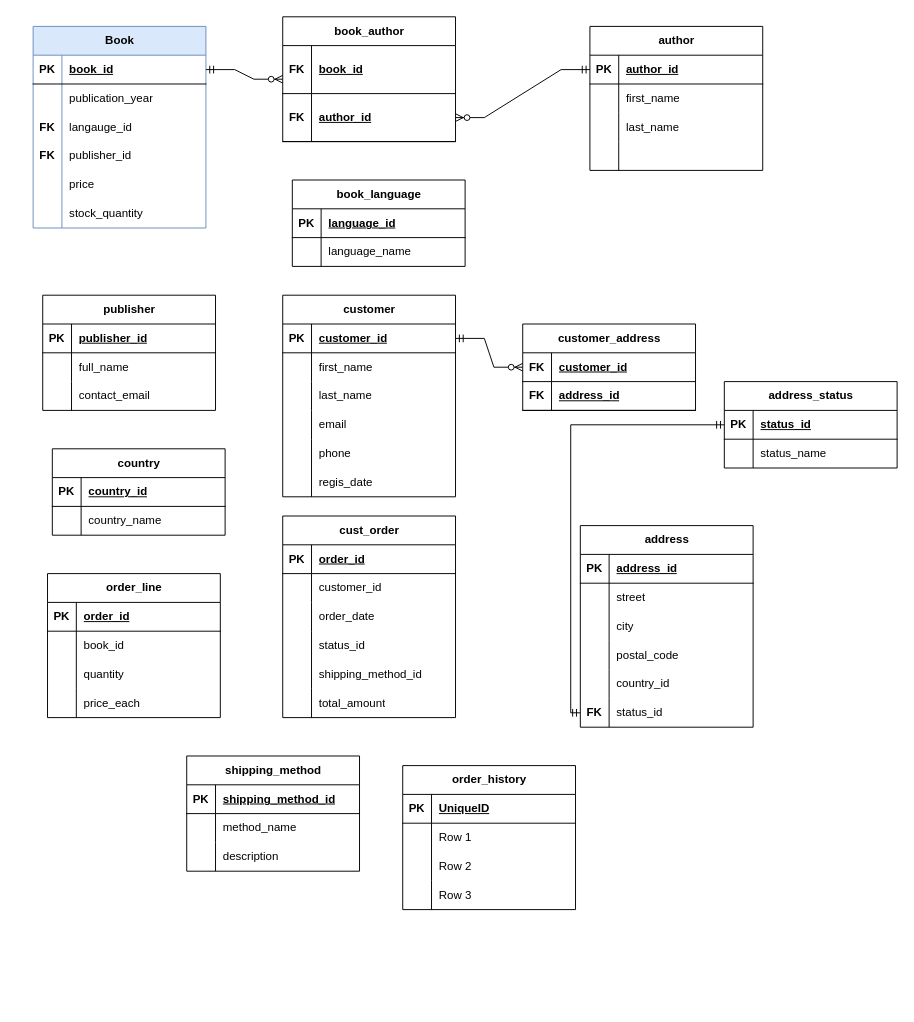
Earlier version of the draw.io diagram dbms.drawio (sumshy/ctrl_alt-elite). Source tidied: cells renumbered, new cells numbered last; positions are measured from the earlier drawing's top-left corner, leaving out a move shared by most shapes. Both pictures are drawn from the tidied source at 96%, with x=0, y=0 at pixel (33, 16).
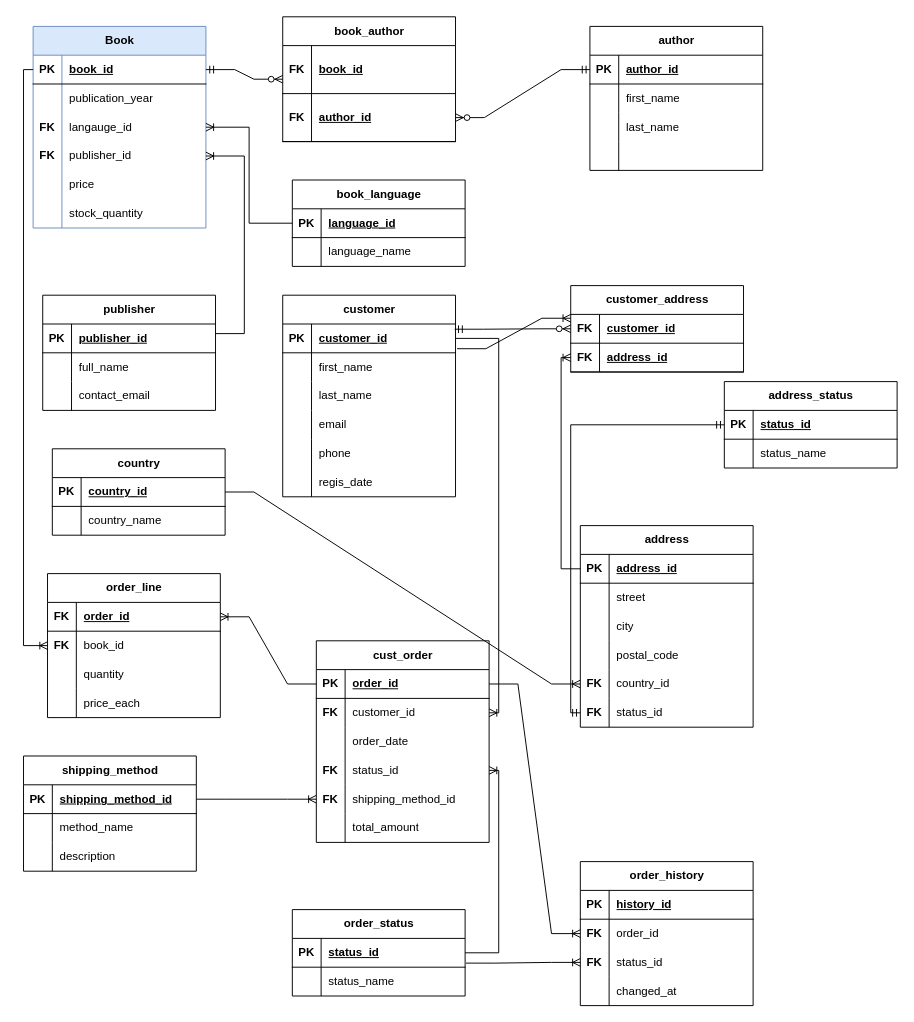
The same diagram, later.

Unchanged cells that the change refers to:
```xml
<mxCell id="3" style="shape=tableRow;horizontal=0;startSize=0;swimlaneHead=0;swimlaneBody=0;fillColor=none;points=[[0,0.5],[1,0.5]];portConstraint=eastwest;top=0;left=0;right=0;bottom=1;" parent="2" vertex="1">
  <mxGeometry y="30" width="180" height="30" as="geometry" />
</mxCell>
<mxCell id="9" style="shape=tableRow;horizontal=0;startSize=0;swimlaneHead=0;swimlaneBody=0;fillColor=none;points=[[0,0.5],[1,0.5]];portConstraint=eastwest;top=0;left=0;right=0;bottom=0;" parent="2" vertex="1">
  <mxGeometry y="90" width="180" height="30" as="geometry" />
</mxCell>
<mxCell id="12" style="shape=tableRow;horizontal=0;startSize=0;swimlaneHead=0;swimlaneBody=0;fillColor=none;points=[[0,0.5],[1,0.5]];portConstraint=eastwest;top=0;left=0;right=0;bottom=0;" parent="2" vertex="1">
  <mxGeometry y="120" width="180" height="30" as="geometry" />
</mxCell>
<mxCell id="22" style="shape=tableRow;horizontal=0;startSize=0;swimlaneHead=0;swimlaneBody=0;fillColor=none;points=[[0,0.5],[1,0.5]];portConstraint=eastwest;top=0;left=0;right=0;bottom=1;" parent="21" vertex="1">
  <mxGeometry y="30" width="180" height="30" as="geometry" />
</mxCell>
<mxCell id="59" style="shape=tableRow;horizontal=0;startSize=0;swimlaneHead=0;swimlaneBody=0;fillColor=none;points=[[0,0.5],[1,0.5]];portConstraint=eastwest;top=0;left=0;right=0;bottom=1;" parent="58" vertex="1">
  <mxGeometry y="30" width="180" height="30" as="geometry" />
</mxCell>
<mxCell id="78" style="shape=tableRow;horizontal=0;startSize=0;swimlaneHead=0;swimlaneBody=0;fillColor=none;points=[[0,0.5],[1,0.5]];portConstraint=eastwest;top=0;left=0;right=0;bottom=1;" parent="77" vertex="1">
  <mxGeometry y="30" width="180" height="30" as="geometry" />
</mxCell>
<mxCell id="81" style="shape=tableRow;horizontal=0;startSize=0;swimlaneHead=0;swimlaneBody=0;fillColor=none;points=[[0,0.5],[1,0.5]];portConstraint=eastwest;top=0;left=0;right=0;bottom=1;" parent="77" vertex="1">
  <mxGeometry y="60" width="180" height="30" as="geometry" />
</mxCell>
<mxCell id="92" style="shape=tableRow;horizontal=0;startSize=0;swimlaneHead=0;swimlaneBody=0;fillColor=none;points=[[0,0.5],[1,0.5]];portConstraint=eastwest;top=0;left=0;right=0;bottom=1;" parent="91" vertex="1">
  <mxGeometry y="30" width="180" height="30" as="geometry" />
</mxCell>
<mxCell id="101" style="shape=tableRow;horizontal=0;startSize=0;swimlaneHead=0;swimlaneBody=0;fillColor=none;top=0;left=0;right=0;bottom=0;" parent="91" vertex="1">
  <mxGeometry y="120" width="180" height="30" as="geometry" />
</mxCell>
<mxCell id="104" style="shape=tableRow;horizontal=0;startSize=0;swimlaneHead=0;swimlaneBody=0;fillColor=none;points=[[0,0.5],[1,0.5]];portConstraint=eastwest;top=0;left=0;right=0;bottom=0;" parent="91" vertex="1">
  <mxGeometry y="150" width="180" height="30" as="geometry" />
</mxCell>
<mxCell id="111" style="shape=tableRow;horizontal=0;startSize=0;swimlaneHead=0;swimlaneBody=0;fillColor=none;points=[[0,0.5],[1,0.5]];portConstraint=eastwest;top=0;left=0;right=0;bottom=1;" parent="110" vertex="1">
  <mxGeometry y="30" width="180" height="30" as="geometry" />
</mxCell>
<mxCell id="118" style="shape=tableRow;horizontal=0;startSize=0;swimlaneHead=0;swimlaneBody=0;fillColor=none;points=[[0,0.5],[1,0.5]];portConstraint=eastwest;top=0;left=0;right=0;bottom=1;" parent="117" vertex="1">
  <mxGeometry y="30" width="180" height="30" as="geometry" />
</mxCell>
<mxCell id="121" style="shape=tableRow;horizontal=0;startSize=0;swimlaneHead=0;swimlaneBody=0;fillColor=none;points=[[0,0.5],[1,0.5]];portConstraint=eastwest;top=0;left=0;right=0;bottom=0;" parent="117" vertex="1">
  <mxGeometry y="60" width="180" height="30" as="geometry" />
</mxCell>
<mxCell id="127" style="shape=tableRow;horizontal=0;startSize=0;swimlaneHead=0;swimlaneBody=0;fillColor=none;points=[[0,0.5],[1,0.5]];portConstraint=eastwest;top=0;left=0;right=0;bottom=0;" parent="117" vertex="1">
  <mxGeometry y="120" width="180" height="30" as="geometry" />
</mxCell>
<mxCell id="130" style="shape=tableRow;horizontal=0;startSize=0;swimlaneHead=0;swimlaneBody=0;fillColor=none;points=[[0,0.5],[1,0.5]];portConstraint=eastwest;top=0;left=0;right=0;bottom=0;" parent="117" vertex="1">
  <mxGeometry y="150" width="180" height="30" as="geometry" />
</mxCell>
<mxCell id="137" style="shape=tableRow;horizontal=0;startSize=0;swimlaneHead=0;swimlaneBody=0;fillColor=none;points=[[0,0.5],[1,0.5]];portConstraint=eastwest;top=0;left=0;right=0;bottom=1;" parent="136" vertex="1">
  <mxGeometry y="30" width="180" height="30" as="geometry" />
</mxCell>
<mxCell id="140" style="shape=tableRow;horizontal=0;startSize=0;swimlaneHead=0;swimlaneBody=0;fillColor=none;points=[[0,0.5],[1,0.5]];portConstraint=eastwest;top=0;left=0;right=0;bottom=0;" parent="136" vertex="1">
  <mxGeometry y="60" width="180" height="30" as="geometry" />
</mxCell>
<mxCell id="150" style="shape=tableRow;horizontal=0;startSize=0;swimlaneHead=0;swimlaneBody=0;fillColor=none;points=[[0,0.5],[1,0.5]];portConstraint=eastwest;top=0;left=0;right=0;bottom=1;" parent="149" vertex="1">
  <mxGeometry y="30" width="180" height="30" as="geometry" />
</mxCell>
<mxCell id="160" style="shape=tableRow;horizontal=0;startSize=0;swimlaneHead=0;swimlaneBody=0;fillColor=none;top=0;left=0;right=0;bottom=1;" parent="159" vertex="1">
  <mxGeometry y="30" width="180" height="30" as="geometry" />
</mxCell>
<mxCell id="163" style="shape=tableRow;horizontal=0;startSize=0;swimlaneHead=0;swimlaneBody=0;fillColor=none;points=[[0,0.5],[1,0.5]];portConstraint=eastwest;top=0;left=0;right=0;bottom=0;" parent="159" vertex="1">
  <mxGeometry y="60" width="180" height="30" as="geometry" />
</mxCell>
<mxCell id="166" style="shape=tableRow;horizontal=0;startSize=0;swimlaneHead=0;swimlaneBody=0;fillColor=none;points=[[0,0.5],[1,0.5]];portConstraint=eastwest;top=0;left=0;right=0;bottom=0;" parent="159" vertex="1">
  <mxGeometry y="90" width="180" height="30" as="geometry" />
</mxCell>
<mxCell id="169" style="shape=tableRow;horizontal=0;startSize=0;swimlaneHead=0;swimlaneBody=0;fillColor=none;top=0;left=0;right=0;bottom=0;" parent="159" vertex="1">
  <mxGeometry y="120" width="180" height="30" as="geometry" />
</mxCell>
```

Change to the diagram source:
```diff
@@
     <mxCell id="77" value="customer_address" style="shape=table;startSize=30;childLayout=tableLayout;rowLines=0;fontStyle=1;align=center;html=1;" parent="1" vertex="1">
-      <mxGeometry x="510" y="320" width="180" height="90" as="geometry" />
+      <mxGeometry x="560" y="280" width="180" height="90" as="geometry" />
     </mxCell>
@@
-    <mxCell id="102" style="shape=partialRectangle;fillColor=none;top=0;left=0;bottom=0;right=0;overflow=hidden;whiteSpace=wrap;html=1;" parent="101" vertex="1">
+    <mxCell id="102" style="shape=partialRectangle;fillColor=none;top=0;left=0;bottom=0;right=0;overflow=hidden;whiteSpace=wrap;html=1;fontStyle=1;" parent="101" vertex="1">
       <mxGeometry width="30" height="30" as="geometry" />
     </mxCell>
@@
-    <mxCell id="105" style="shape=partialRectangle;fillColor=none;top=0;left=0;bottom=0;right=0;overflow=hidden;whiteSpace=wrap;html=1;" parent="104" vertex="1">
+    <mxCell id="105" value="FK" style="shape=partialRectangle;fillColor=none;top=0;left=0;bottom=0;right=0;overflow=hidden;whiteSpace=wrap;html=1;fontStyle=1;" parent="104" vertex="1">
       <mxGeometry width="30" height="30" as="geometry" />
     </mxCell>
@@
     <mxCell id="117" value="cust_order" style="shape=table;startSize=30;childLayout=tableLayout;rowLines=0;fontStyle=1;align=center;html=1;" parent="1" vertex="1">
-      <mxGeometry x="260" y="520" width="180" height="210" as="geometry" />
+      <mxGeometry x="295" y="650" width="180" height="210" as="geometry" />
     </mxCell>
@@
-    <mxCell id="122" style="shape=partialRectangle;fillColor=none;top=0;left=0;bottom=0;right=0;overflow=hidden;whiteSpace=wrap;html=1;" parent="121" vertex="1">
+    <mxCell id="122" value="&lt;b&gt;FK&lt;/b&gt;" style="shape=partialRectangle;fillColor=none;top=0;left=0;bottom=0;right=0;overflow=hidden;whiteSpace=wrap;html=1;" parent="121" vertex="1">
       <mxGeometry width="30" height="30" as="geometry" />
     </mxCell>
@@
-    <mxCell id="128" style="shape=partialRectangle;fillColor=none;top=0;left=0;bottom=0;right=0;overflow=hidden;whiteSpace=wrap;html=1;" parent="127" vertex="1">
+    <mxCell id="128" value="FK" style="shape=partialRectangle;fillColor=none;top=0;left=0;bottom=0;right=0;overflow=hidden;whiteSpace=wrap;html=1;fontStyle=1;" parent="127" vertex="1">
       <mxGeometry width="30" height="30" as="geometry" />
     </mxCell>
@@
-    <mxCell id="131" style="shape=partialRectangle;fillColor=none;top=0;left=0;bottom=0;right=0;overflow=hidden;whiteSpace=wrap;html=1;" parent="130" vertex="1">
+    <mxCell id="131" value="&lt;b&gt;FK&lt;/b&gt;" style="shape=partialRectangle;fillColor=none;top=0;left=0;bottom=0;right=0;overflow=hidden;whiteSpace=wrap;html=1;" parent="130" vertex="1">
       <mxGeometry width="30" height="30" as="geometry" />
     </mxCell>
@@
-    <mxCell id="138" value="PK" style="shape=partialRectangle;fillColor=none;top=0;left=0;bottom=0;right=0;fontStyle=1;overflow=hidden;whiteSpace=wrap;html=1;" parent="137" vertex="1">
+    <mxCell id="138" value="FK" style="shape=partialRectangle;fillColor=none;top=0;left=0;bottom=0;right=0;fontStyle=1;overflow=hidden;whiteSpace=wrap;html=1;" parent="137" vertex="1">
       <mxGeometry width="30" height="30" as="geometry" />
     </mxCell>
@@
-    <mxCell id="141" style="shape=partialRectangle;fillColor=none;top=0;left=0;bottom=0;right=0;overflow=hidden;whiteSpace=wrap;html=1;" parent="140" vertex="1">
+    <mxCell id="141" value="FK" style="shape=partialRectangle;fillColor=none;top=0;left=0;bottom=0;right=0;overflow=hidden;whiteSpace=wrap;html=1;fontStyle=1;" parent="140" vertex="1">
       <mxGeometry width="30" height="30" as="geometry" />
     </mxCell>
@@
     <mxCell id="149" value="shipping_method" style="shape=table;startSize=30;childLayout=tableLayout;rowLines=0;fontStyle=1;align=center;html=1;" parent="1" vertex="1">
-      <mxGeometry x="160" y="770" width="180" height="120" as="geometry" />
+      <mxGeometry x="-10" y="770" width="180" height="120" as="geometry" />
     </mxCell>
@@
     <mxCell id="159" value="order_history" style="shape=table;startSize=30;childLayout=tableLayout;rowLines=0;fontStyle=1;align=center;html=1;" parent="1" vertex="1">
-      <mxGeometry x="385" y="780" width="180" height="150" as="geometry" />
+      <mxGeometry x="570" y="880" width="180" height="150" as="geometry" />
     </mxCell>
@@
-    <mxCell id="162" value="UniqueID" style="shape=partialRectangle;fillColor=none;top=0;left=0;bottom=0;right=0;align=left;spacingLeft=6;fontStyle=5;overflow=hidden;whiteSpace=wrap;html=1;" parent="160" vertex="1">
+    <mxCell id="162" value="history_id" style="shape=partialRectangle;fillColor=none;top=0;left=0;bottom=0;right=0;align=left;spacingLeft=6;fontStyle=5;overflow=hidden;whiteSpace=wrap;html=1;" parent="160" vertex="1">
       <mxGeometry x="30" width="150" height="30" as="geometry" />
     </mxCell>
@@
-    <mxCell id="164" style="shape=partialRectangle;fillColor=none;top=0;left=0;bottom=0;right=0;overflow=hidden;whiteSpace=wrap;html=1;" parent="163" vertex="1">
+    <mxCell id="164" value="FK" style="shape=partialRectangle;fillColor=none;top=0;left=0;bottom=0;right=0;overflow=hidden;whiteSpace=wrap;html=1;fontStyle=1;" parent="163" vertex="1">
       <mxGeometry width="30" height="30" as="geometry" />
     </mxCell>
-    <mxCell id="165" value="Row 1" style="shape=partialRectangle;fillColor=none;top=0;left=0;bottom=0;right=0;align=left;spacingLeft=6;overflow=hidden;whiteSpace=wrap;html=1;" parent="163" vertex="1">
+    <mxCell id="165" value="order_id" style="shape=partialRectangle;fillColor=none;top=0;left=0;bottom=0;right=0;align=left;spacingLeft=6;overflow=hidden;whiteSpace=wrap;html=1;" parent="163" vertex="1">
       <mxGeometry x="30" width="150" height="30" as="geometry" />
     </mxCell>
@@
-    <mxCell id="167" style="shape=partialRectangle;fillColor=none;top=0;left=0;bottom=0;right=0;overflow=hidden;whiteSpace=wrap;html=1;" parent="166" vertex="1">
+    <mxCell id="167" value="&lt;b&gt;FK&lt;/b&gt;" style="shape=partialRectangle;fillColor=none;top=0;left=0;bottom=0;right=0;overflow=hidden;whiteSpace=wrap;html=1;" parent="166" vertex="1">
       <mxGeometry width="30" height="30" as="geometry" />
     </mxCell>
-    <mxCell id="168" value="Row 2" style="shape=partialRectangle;fillColor=none;top=0;left=0;bottom=0;right=0;align=left;spacingLeft=6;overflow=hidden;whiteSpace=wrap;html=1;" parent="166" vertex="1">
+    <mxCell id="168" value="status_id" style="shape=partialRectangle;fillColor=none;top=0;left=0;bottom=0;right=0;align=left;spacingLeft=6;overflow=hidden;whiteSpace=wrap;html=1;" parent="166" vertex="1">
       <mxGeometry x="30" width="150" height="30" as="geometry" />
     </mxCell>
@@
-    <mxCell id="171" value="Row 3" style="shape=partialRectangle;fillColor=none;top=0;left=0;bottom=0;right=0;align=left;spacingLeft=6;overflow=hidden;whiteSpace=wrap;html=1;" parent="169" vertex="1">
+    <mxCell id="171" value="changed_at" style="shape=partialRectangle;fillColor=none;top=0;left=0;bottom=0;right=0;align=left;spacingLeft=6;overflow=hidden;whiteSpace=wrap;html=1;" parent="169" vertex="1">
       <mxGeometry x="30" width="150" height="30" as="geometry" />
     </mxCell>
@@
-    <mxCell id="175" style="edgeStyle=entityRelationEdgeStyle;fontSize=12;html=1;endArrow=ERzeroToMany;startArrow=ERmandOne;rounded=0;entryX=0;entryY=0.5;entryDx=0;entryDy=0;exitX=1;exitY=0.5;exitDx=0;exitDy=0;" parent="1" edge="1" source="59" target="78">
+    <mxCell id="175" style="edgeStyle=entityRelationEdgeStyle;fontSize=12;html=1;endArrow=ERzeroToMany;startArrow=ERmandOne;rounded=0;entryX=0;entryY=0.5;entryDx=0;entryDy=0;exitX=0.995;exitY=0.181;exitDx=0;exitDy=0;exitPerimeter=0;" parent="1" edge="1" source="59" target="78">
       <mxGeometry relative="1" as="geometry" />
     </mxCell>
+    <mxCell id="176" value="order_status" style="shape=table;startSize=30;childLayout=tableLayout;rowLines=0;fontStyle=1;align=center;html=1;" parent="1" vertex="1">
+      <mxGeometry x="270" y="930" width="180" height="90" as="geometry" />
+    </mxCell>
+    <mxCell id="177" style="shape=tableRow;horizontal=0;startSize=0;swimlaneHead=0;swimlaneBody=0;fillColor=none;points=[[0,0.5],[1,0.5]];portConstraint=eastwest;top=0;left=0;right=0;bottom=1;" parent="176" vertex="1">
+      <mxGeometry y="30" width="180" height="30" as="geometry" />
+    </mxCell>
+    <mxCell id="178" value="PK" style="shape=partialRectangle;fillColor=none;top=0;left=0;bottom=0;right=0;fontStyle=1;overflow=hidden;whiteSpace=wrap;html=1;" parent="177" vertex="1">
+      <mxGeometry width="30" height="30" as="geometry" />
+    </mxCell>
+    <mxCell id="179" value="status_id" style="shape=partialRectangle;fillColor=none;top=0;left=0;bottom=0;right=0;align=left;spacingLeft=6;fontStyle=5;overflow=hidden;whiteSpace=wrap;html=1;" parent="177" vertex="1">
+      <mxGeometry x="30" width="150" height="30" as="geometry" />
+    </mxCell>
+    <mxCell id="180" style="shape=tableRow;horizontal=0;startSize=0;swimlaneHead=0;swimlaneBody=0;fillColor=none;top=0;left=0;right=0;bottom=0;" parent="176" vertex="1">
+      <mxGeometry y="60" width="180" height="30" as="geometry" />
+    </mxCell>
+    <mxCell id="181" style="shape=partialRectangle;fillColor=none;top=0;left=0;bottom=0;right=0;overflow=hidden;whiteSpace=wrap;html=1;" parent="180" vertex="1">
+      <mxGeometry width="30" height="30" as="geometry" />
+    </mxCell>
+    <mxCell id="182" value="status_name" style="shape=partialRectangle;fillColor=none;top=0;left=0;bottom=0;right=0;align=left;spacingLeft=6;overflow=hidden;whiteSpace=wrap;html=1;" parent="180" vertex="1">
+      <mxGeometry x="30" width="150" height="30" as="geometry" />
+    </mxCell>
+    <mxCell id="183" style="edgeStyle=orthogonalEdgeStyle;fontSize=12;html=1;endArrow=ERoneToMany;rounded=0;entryX=0;entryY=0.5;entryDx=0;entryDy=0;exitX=0;exitY=0.5;exitDx=0;exitDy=0;" parent="1" edge="1" source="3" target="140">
+      <mxGeometry relative="1" as="geometry" />
+    </mxCell>
+    <mxCell id="184" style="edgeStyle=entityRelationEdgeStyle;fontSize=12;html=1;endArrow=ERoneToMany;rounded=0;entryX=1;entryY=0.5;entryDx=0;entryDy=0;exitX=0;exitY=0.5;exitDx=0;exitDy=0;" parent="1" edge="1" source="118" target="137">
+      <mxGeometry relative="1" as="geometry" />
+    </mxCell>
+    <mxCell id="185" style="edgeStyle=orthogonalEdgeStyle;fontSize=12;html=1;endArrow=ERoneToMany;rounded=0;entryX=1;entryY=0.5;entryDx=0;entryDy=0;exitX=1;exitY=0.5;exitDx=0;exitDy=0;" parent="1" edge="1" source="59" target="121">
+      <mxGeometry relative="1" as="geometry" />
+    </mxCell>
+    <mxCell id="186" style="edgeStyle=orthogonalEdgeStyle;fontSize=12;html=1;endArrow=ERoneToMany;rounded=0;entryX=1;entryY=0.5;entryDx=0;entryDy=0;exitX=1;exitY=0.5;exitDx=0;exitDy=0;" parent="1" edge="1" source="177" target="127">
+      <mxGeometry relative="1" as="geometry" />
+    </mxCell>
+    <mxCell id="187" style="edgeStyle=entityRelationEdgeStyle;fontSize=12;html=1;endArrow=ERoneToMany;rounded=0;entryX=0;entryY=0.5;entryDx=0;entryDy=0;exitX=1;exitY=0.5;exitDx=0;exitDy=0;" parent="1" edge="1" source="150" target="130">
+      <mxGeometry relative="1" as="geometry" />
+    </mxCell>
+    <mxCell id="188" style="edgeStyle=entityRelationEdgeStyle;fontSize=12;html=1;endArrow=ERoneToMany;rounded=0;entryX=0;entryY=0.5;entryDx=0;entryDy=0;exitX=1;exitY=0.5;exitDx=0;exitDy=0;" parent="1" edge="1" source="118" target="163">
+      <mxGeometry relative="1" as="geometry" />
+    </mxCell>
+    <mxCell id="189" style="edgeStyle=entityRelationEdgeStyle;fontSize=12;html=1;endArrow=ERoneToMany;rounded=0;entryX=0;entryY=0.5;entryDx=0;entryDy=0;exitX=1.005;exitY=0.858;exitDx=0;exitDy=0;exitPerimeter=0;" parent="1" edge="1" source="177" target="166">
+      <mxGeometry relative="1" as="geometry" />
+    </mxCell>
+    <mxCell id="190" style="edgeStyle=entityRelationEdgeStyle;fontSize=12;html=1;endArrow=ERoneToMany;rounded=0;entryX=1;entryY=0.5;entryDx=0;entryDy=0;exitX=0;exitY=0.5;exitDx=0;exitDy=0;" parent="1" edge="1" target="12">
+      <mxGeometry relative="1" as="geometry">
+        <mxPoint x="190" y="330" as="sourcePoint" />
+      </mxGeometry>
+    </mxCell>
+    <mxCell id="191" style="edgeStyle=orthogonalEdgeStyle;fontSize=12;html=1;endArrow=ERoneToMany;rounded=0;entryX=1;entryY=0.5;entryDx=0;entryDy=0;exitX=0;exitY=0.5;exitDx=0;exitDy=0;" parent="1" edge="1" source="22" target="9">
+      <mxGeometry relative="1" as="geometry" />
+    </mxCell>
+    <mxCell id="192" style="edgeStyle=entityRelationEdgeStyle;fontSize=12;html=1;endArrow=ERoneToMany;rounded=0;entryX=0;entryY=0.5;entryDx=0;entryDy=0;exitX=1;exitY=0.5;exitDx=0;exitDy=0;" parent="1" edge="1" source="111" target="104">
+      <mxGeometry relative="1" as="geometry" />
+    </mxCell>
+    <mxCell id="193" style="edgeStyle=entityRelationEdgeStyle;fontSize=12;html=1;endArrow=ERoneToMany;rounded=0;exitX=1.009;exitY=0.858;exitDx=0;exitDy=0;exitPerimeter=0;" parent="1" edge="1" source="59">
+      <mxGeometry relative="1" as="geometry">
+        <mxPoint x="560" y="314" as="targetPoint" />
+      </mxGeometry>
+    </mxCell>
+    <mxCell id="194" style="edgeStyle=orthogonalEdgeStyle;fontSize=12;html=1;endArrow=ERoneToMany;rounded=0;entryX=0;entryY=0.5;entryDx=0;entryDy=0;exitX=0;exitY=0.5;exitDx=0;exitDy=0;" parent="1" edge="1" source="92" target="81">
+      <mxGeometry relative="1" as="geometry" />
+    </mxCell>
```
